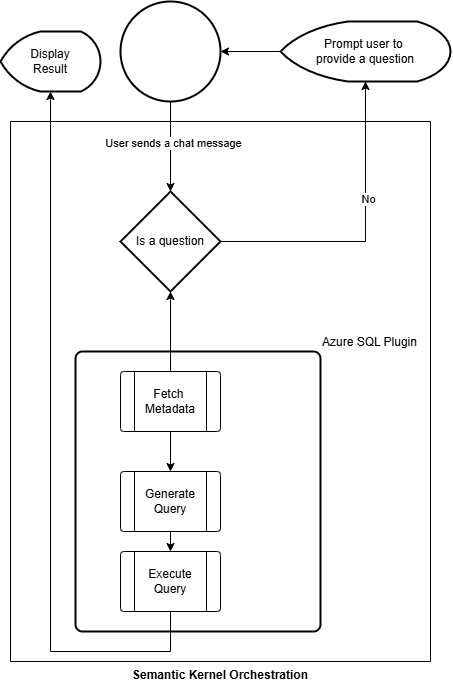
The draw.io diagram docs/logical-flow-diagram.png in microsoft/simurgh, before a commit. Source tidied: cells renumbered, new cells last; positions are measured from the earlier drawing's top-left corner, leaving out a move shared by most shapes.
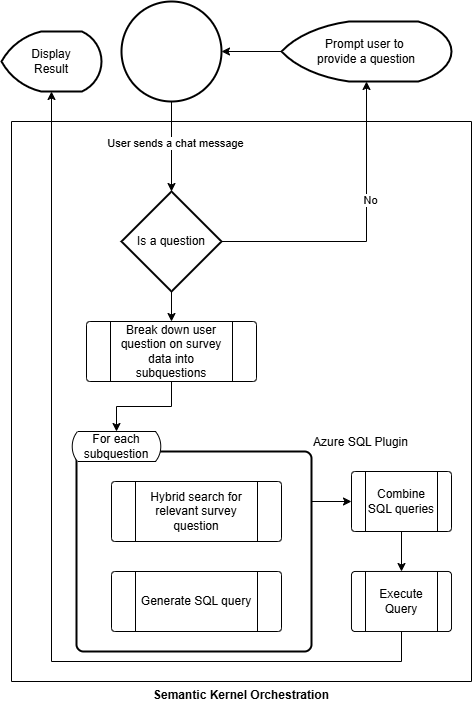
The same file after the commit.

Commit message:
Update logical-flow-diagram for breaking into component queries

Change to the diagram source:
```diff
@@ -17,7 +17,7 @@
     <mxCell id="6" value="No" style="edgeLabel;html=1;align=center;verticalAlign=middle;" parent="5" vertex="1">
       <mxGeometry x="0.23" y="-3" relative="1" as="geometry" />
     </mxCell>
-    <mxCell id="7" style="edgeStyle=orthogonalEdgeStyle;rounded=0;jettySize=auto;html=1;exitX=0.5;exitY=1;exitDx=0;exitDy=0;exitPerimeter=0;entryX=0.5;entryY=0;entryDx=0;entryDy=0;" parent="1" edge="1" source="8" target="14">
+    <mxCell id="7" style="edgeStyle=orthogonalEdgeStyle;rounded=0;jettySize=auto;html=1;" parent="1" edge="1" source="8" target="14">
       <mxGeometry relative="1" as="geometry" />
     </mxCell>
     <mxCell id="8" value="Is a question" style="strokeWidth=2;html=1;shape=mxgraph.flowchart.decision;whiteSpace=wrap;" parent="1" vertex="1">
@@ -29,38 +29,47 @@
     <mxCell id="10" style="edgeStyle=orthogonalEdgeStyle;rounded=0;jettySize=auto;html=1;entryX=1;entryY=0.5;entryDx=0;entryDy=0;entryPerimeter=0;" parent="1" edge="1" source="9" target="4">
       <mxGeometry relative="1" as="geometry" />
     </mxCell>
+    <mxCell id="12" value="Semantic Kernel Orchestration" style="swimlane;startSize=0;labelPosition=center;verticalLabelPosition=bottom;align=center;verticalAlign=top;" parent="1" vertex="1">
+      <mxGeometry x="10" y="120" width="460" height="560" as="geometry" />
+    </mxCell>
+    <mxCell id="21" style="edgeStyle=orthogonalEdgeStyle;rounded=0;jettySize=auto;html=1;exitX=1;exitY=0.25;exitDx=0;exitDy=0;entryX=0;entryY=0.5;entryDx=0;entryDy=0;" parent="12" edge="1" source="11" target="26">
+      <mxGeometry relative="1" as="geometry" />
+    </mxCell>
-    <mxCell id="11" value="Azure SQL Plugin" style="rounded=1;whiteSpace=wrap;html=1;absoluteArcSize=1;arcSize=14;strokeWidth=2;labelPosition=right;verticalLabelPosition=top;align=left;verticalAlign=bottom;" parent="1" vertex="1">
-      <mxGeometry x="75" y="350" width="245" height="280" as="geometry" />
+    <mxCell id="11" value="Azure SQL Plugin" style="rounded=1;whiteSpace=wrap;html=1;absoluteArcSize=1;arcSize=14;strokeWidth=2;labelPosition=right;verticalLabelPosition=top;align=left;verticalAlign=bottom;" parent="12" vertex="1">
+      <mxGeometry x="65" y="330" width="235" height="200" as="geometry" />
     </mxCell>
-    <mxCell id="12" value="Semantic Kernel Orchestration" style="swimlane;startSize=0;labelPosition=center;verticalLabelPosition=bottom;align=center;verticalAlign=top;" parent="1" vertex="1">
-      <mxGeometry x="10" y="120" width="420" height="540" as="geometry" />
-    </mxCell>
-    <mxCell id="13" style="edgeStyle=orthogonalEdgeStyle;rounded=0;jettySize=auto;html=1;exitX=0.5;exitY=1;exitDx=0;exitDy=0;entryX=0.5;entryY=0;entryDx=0;entryDy=0;" parent="12" edge="1" source="14" target="16">
-      <mxGeometry relative="1" as="geometry" />
-    </mxCell>
+    <mxCell id="22" value="For each subquestion" style="html=1;dashed=0;whiteSpace=wrap;shape=mxgraph.dfd.loop;" parent="12" vertex="1">
+      <mxGeometry x="60" y="310" width="90" height="30" as="geometry" />
+    </mxCell>
-    <mxCell id="14" value="Fetch&amp;nbsp;&lt;div&gt;Metadata&lt;/div&gt;" style="verticalLabelPosition=middle;verticalAlign=middle;html=1;shape=process;whiteSpace=wrap;rounded=1;size=0.14;arcSize=6;labelPosition=center;align=center;" parent="12" vertex="1">
-      <mxGeometry x="110" y="250" width="100" height="60" as="geometry" />
+    <mxCell id="14" value="Break down user question on survey data into subquestions" style="verticalLabelPosition=middle;verticalAlign=middle;html=1;shape=process;whiteSpace=wrap;rounded=1;size=0.14;arcSize=6;labelPosition=center;align=center;" parent="12" vertex="1">
+      <mxGeometry x="75" y="200" width="170" height="60" as="geometry" />
     </mxCell>
-    <mxCell id="15" style="edgeStyle=orthogonalEdgeStyle;rounded=0;jettySize=auto;html=1;exitX=0.5;exitY=1;exitDx=0;exitDy=0;entryX=0.5;entryY=0;entryDx=0;entryDy=0;" parent="12" edge="1" source="16" target="17">
-      <mxGeometry relative="1" as="geometry" />
-    </mxCell>
-    <mxCell id="16" value="Generate&lt;div&gt;Query&lt;/div&gt;" style="verticalLabelPosition=middle;verticalAlign=middle;html=1;shape=process;whiteSpace=wrap;rounded=1;size=0.14;arcSize=6;labelPosition=center;align=center;" parent="12" vertex="1">
-      <mxGeometry x="110" y="350" width="100" height="60" as="geometry" />
+    <mxCell id="16" value="Generate SQL query" style="verticalLabelPosition=middle;verticalAlign=middle;html=1;shape=process;whiteSpace=wrap;rounded=1;size=0.14;arcSize=6;labelPosition=center;align=center;" parent="12" vertex="1">
+      <mxGeometry x="100" y="450" width="170" height="60" as="geometry" />
     </mxCell>
     <mxCell id="17" value="Execute&lt;div&gt;Query&lt;/div&gt;" style="verticalLabelPosition=middle;verticalAlign=middle;html=1;shape=process;whiteSpace=wrap;rounded=1;size=0.14;arcSize=6;labelPosition=center;align=center;" parent="12" vertex="1">
-      <mxGeometry x="110" y="430" width="100" height="60" as="geometry" />
+      <mxGeometry x="340" y="450" width="100" height="60" as="geometry" />
     </mxCell>
-    <mxCell id="18" style="edgeStyle=orthogonalEdgeStyle;rounded=0;jettySize=auto;html=1;" parent="1" edge="1" source="14" target="8">
-      <mxGeometry relative="1" as="geometry" />
-    </mxCell>
+    <mxCell id="23" style="edgeStyle=orthogonalEdgeStyle;rounded=0;jettySize=auto;html=1;exitX=0.5;exitY=1;exitDx=0;exitDy=0;entryX=0.5;entryY=0;entryDx=0;entryDy=0;entryPerimeter=0;" parent="12" edge="1" source="14" target="22">
+      <mxGeometry relative="1" as="geometry" />
+    </mxCell>
+    <mxCell id="24" value="Hybrid search for relevant survey question" style="verticalLabelPosition=middle;verticalAlign=middle;html=1;shape=process;whiteSpace=wrap;rounded=1;size=0.14;arcSize=6;labelPosition=center;align=center;" parent="12" vertex="1">
+      <mxGeometry x="100" y="360" width="170" height="60" as="geometry" />
+    </mxCell>
+    <mxCell id="25" style="edgeStyle=orthogonalEdgeStyle;rounded=0;jettySize=auto;html=1;exitX=0.5;exitY=1;exitDx=0;exitDy=0;entryX=0.5;entryY=0;entryDx=0;entryDy=0;" parent="12" edge="1" source="26" target="17">
+      <mxGeometry relative="1" as="geometry" />
+    </mxCell>
+    <mxCell id="26" value="Combine SQL queries" style="verticalLabelPosition=middle;verticalAlign=middle;html=1;shape=process;whiteSpace=wrap;rounded=1;size=0.14;arcSize=6;labelPosition=center;align=center;" parent="12" vertex="1">
+      <mxGeometry x="340" y="350" width="100" height="60" as="geometry" />
+    </mxCell>
     <mxCell id="19" value="Display&lt;div&gt;Result&lt;/div&gt;" style="strokeWidth=2;html=1;shape=mxgraph.flowchart.display;whiteSpace=wrap;" parent="1" vertex="1">
       <mxGeometry y="30" width="100" height="60" as="geometry" />
     </mxCell>
     <mxCell id="20" style="edgeStyle=orthogonalEdgeStyle;rounded=0;jettySize=auto;html=1;exitX=0.5;exitY=1;exitDx=0;exitDy=0;entryX=0.5;entryY=1;entryDx=0;entryDy=0;entryPerimeter=0;" parent="1" edge="1" source="17" target="19">
       <mxGeometry relative="1" as="geometry">
         <Array as="points">
-          <mxPoint x="170" y="650" />
-          <mxPoint x="50" y="650" />
+          <mxPoint x="400" y="660" />
+          <mxPoint x="50" y="660" />
         </Array>
       </mxGeometry>
     </mxCell>
```
